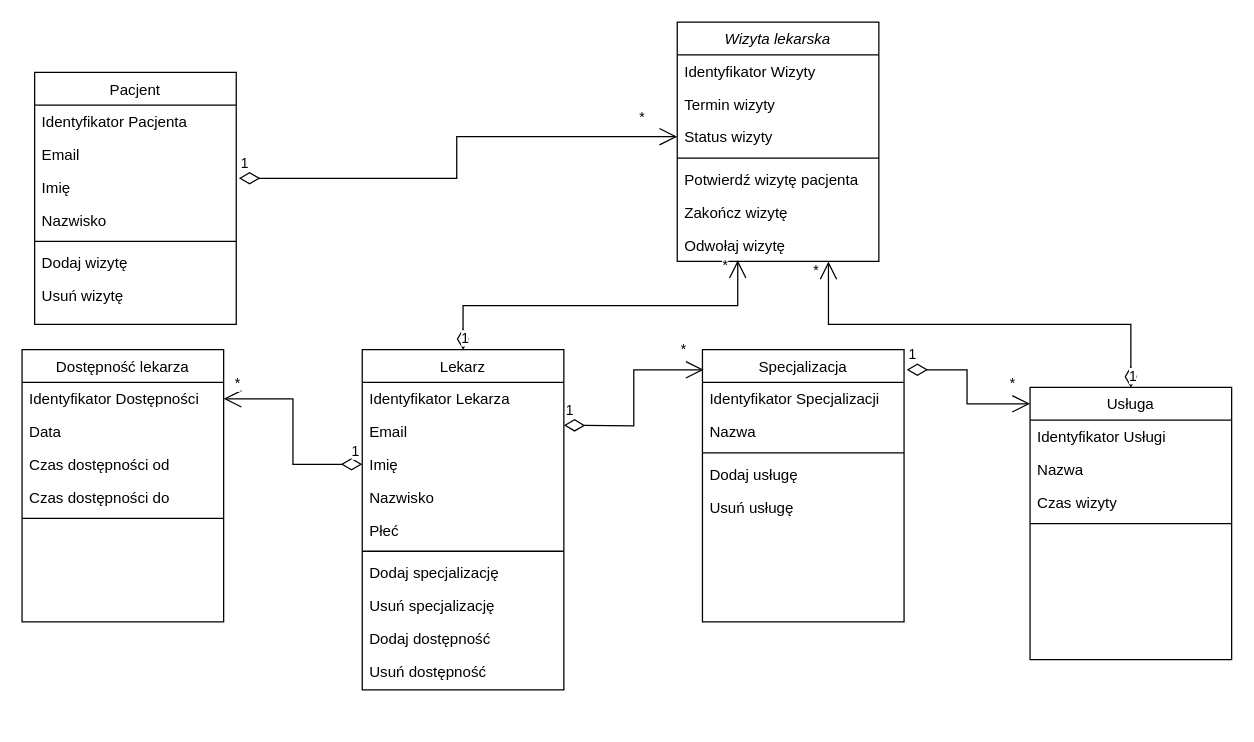
Before: diagrams/Diagram klas.drawio in oputyk/wit-computer-science-engineering-thesis, a draw.io diagram. Source tidied: cells renumbered, new cells numbered last; positions are measured from the earlier drawing's top-left corner, leaving out a move shared by most shapes. Both pictures are drawn from the tidied source at 126%, with x=0, y=0 at pixel (21, 21).
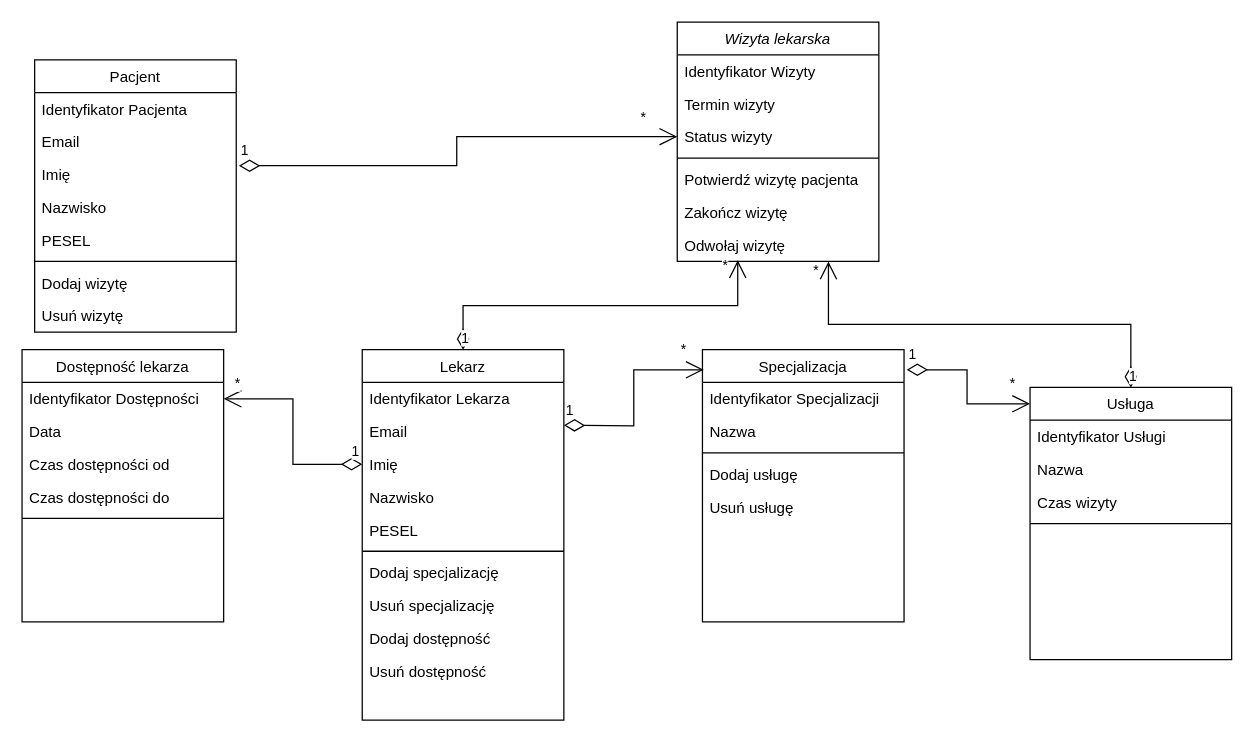
After the change.

What changed in the source:
```diff
@@
     <mxCell id="10" value="Pacjent" style="swimlane;fontStyle=0;align=center;verticalAlign=top;horizontal=1;startSize=26;rounded=0;shadow=0;strokeWidth=1;" parent="1" vertex="1">
-      <mxGeometry x="10" y="40" width="160" height="200" as="geometry" />
+      <mxGeometry x="10" y="30" width="160" height="216" as="geometry" />
     </mxCell>
@@
+    <mxCell id="58" value="PESEL" style="text;align=left;verticalAlign=top;spacingLeft=4;spacingRight=4;overflow=hidden;rounded=0;shadow=0;html=0;" parent="10" vertex="1">
+      <mxGeometry y="130" width="160" height="26" as="geometry" />
+    </mxCell>
     <mxCell id="15" style="line;html=1;strokeWidth=1;align=left;verticalAlign=middle;spacingTop=-1;spacingLeft=3;spacingRight=3;labelPosition=right;" parent="10" vertex="1">
-      <mxGeometry y="130" width="160" height="8" as="geometry" />
+      <mxGeometry y="156" width="160" height="8" as="geometry" />
     </mxCell>
     <mxCell id="16" value="Dodaj wizytę" style="text;align=left;verticalAlign=top;spacingLeft=4;spacingRight=4;overflow=hidden;" parent="10" vertex="1">
-      <mxGeometry y="138" width="160" height="26" as="geometry" />
+      <mxGeometry y="164" width="160" height="26" as="geometry" />
     </mxCell>
     <mxCell id="17" value="Usuń wizytę" style="text;align=left;verticalAlign=top;spacingLeft=4;spacingRight=4;overflow=hidden;" parent="10" vertex="1">
-      <mxGeometry y="164" width="160" height="26" as="geometry" />
+      <mxGeometry y="190" width="160" height="26" as="geometry" />
     </mxCell>
     <mxCell id="18" value="Lekarz" style="swimlane;fontStyle=0;align=center;verticalAlign=top;horizontal=1;startSize=26;rounded=0;shadow=0;strokeWidth=1;" parent="1" vertex="1">
-      <mxGeometry x="270" y="260" width="160" height="270" as="geometry" />
+      <mxGeometry x="270" y="260" width="160" height="294" as="geometry" />
     </mxCell>
@@
-    <mxCell id="23" value="Płeć" style="text;align=left;verticalAlign=top;spacingLeft=4;spacingRight=4;overflow=hidden;" parent="18" vertex="1">
-      <mxGeometry y="130" width="160" height="26" as="geometry" />
-    </mxCell>
+    <mxCell id="59" value="PESEL" style="text;align=left;verticalAlign=top;spacingLeft=4;spacingRight=4;overflow=hidden;" parent="18" vertex="1">
+      <mxGeometry y="130" width="160" height="26" as="geometry" />
+    </mxCell>
```
